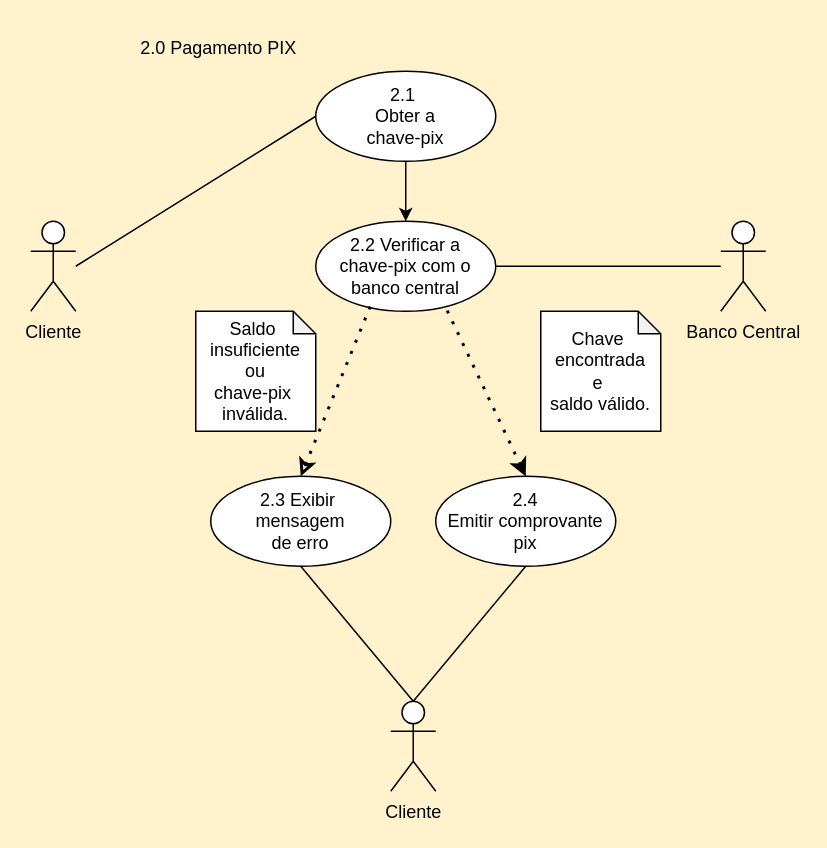
This is page "Página-2" (2 of 2) of Diagrama sem nome.drawio from ZardsMK/DrawIO, a draw.io file, before an edit. Source tidied: cells renumbered, new cells numbered last; positions are measured from the earlier drawing's top-left corner, leaving out a move shared by most shapes. Both pictures are drawn from the tidied source at 150%, with x=0, y=0 at pixel (30, 26).
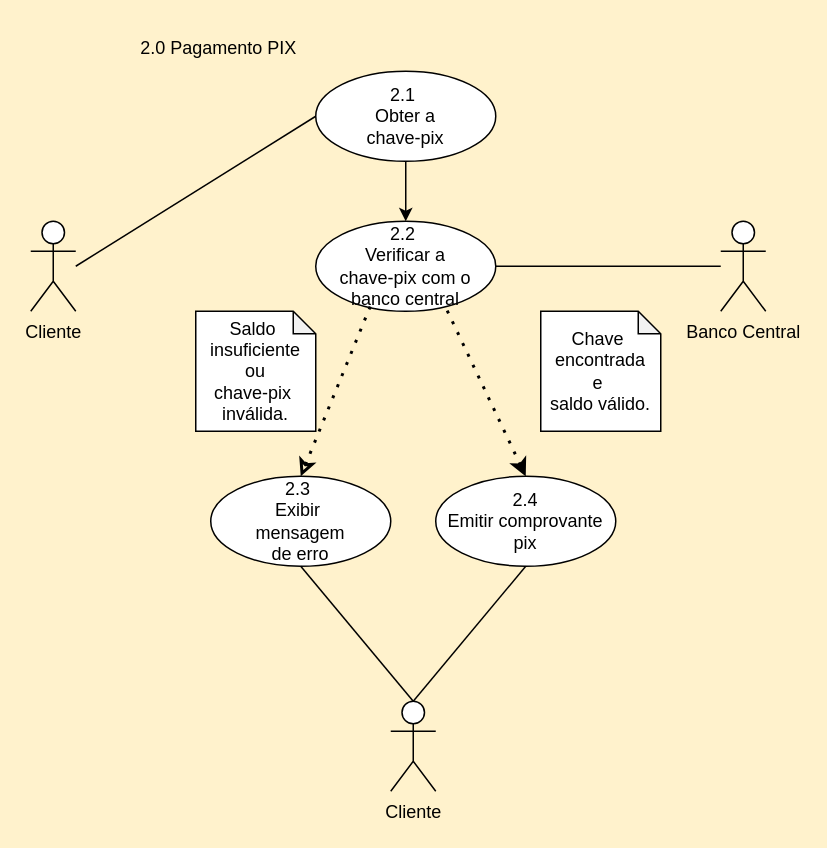
The same diagram, later.

Diff of the diagram source:
```diff
@@
 <mxGraphModel background="#FFF2CC">
   <root>
     <mxCell id="0" />
     <mxCell id="1" parent="0" />
     <mxCell id="2" value="2.0 Pagamento PIX" style="text;html=1;align=center;verticalAlign=middle;strokeColor=none;fillColor=none;" parent="1" vertex="1">
       <mxGeometry x="60" width="130" height="30" as="geometry" />
     </mxCell>
     <mxCell id="3" value="Cliente" style="shape=umlActor;verticalLabelPosition=bottom;verticalAlign=top;html=1;rounded=1;" parent="1" vertex="1">
       <mxGeometry y="130" width="30" height="60" as="geometry" />
     </mxCell>
     <mxCell id="4" value="2.1&amp;nbsp;&lt;div&gt;Obter a&lt;div&gt;chave-pix&lt;/div&gt;&lt;/div&gt;" style="ellipse;whiteSpace=wrap;html=1;rounded=1;" parent="1" vertex="1">
       <mxGeometry x="190" y="30" width="120" height="60" as="geometry" />
     </mxCell>
     <mxCell id="5" style="endArrow=none;html=1;rounded=1;entryX=0;entryY=0.5;entryDx=0;entryDy=0;" parent="1" edge="1" target="4">
       <mxGeometry relative="1" as="geometry">
         <mxPoint x="30" y="160" as="sourcePoint" />
       </mxGeometry>
     </mxCell>
     <mxCell id="6" value="Banco Central" style="shape=umlActor;verticalLabelPosition=bottom;verticalAlign=top;html=1;outlineConnect=0;rounded=1;" parent="1" vertex="1">
       <mxGeometry x="460" y="130" width="30" height="60" as="geometry" />
     </mxCell>
-    <mxCell id="7" value="2.2 Verificar a&lt;div&gt;chave-pix com o&lt;/div&gt;&lt;div&gt;banco central&lt;/div&gt;" style="ellipse;whiteSpace=wrap;html=1;rounded=1;" parent="1" vertex="1">
+    <mxCell id="7" value="2.2&amp;nbsp;&lt;div&gt;Verificar a&lt;div&gt;chave-pix com o&lt;/div&gt;&lt;div&gt;banco central&lt;/div&gt;&lt;/div&gt;" style="ellipse;whiteSpace=wrap;html=1;rounded=1;" parent="1" vertex="1">
       <mxGeometry x="190" y="130" width="120" height="60" as="geometry" />
     </mxCell>
     <mxCell id="8" style="endArrow=none;html=1;rounded=1;exitX=1;exitY=0.5;exitDx=0;exitDy=0;" parent="1" edge="1" source="7" target="6">
       <mxGeometry relative="1" as="geometry" />
     </mxCell>
     <mxCell id="9" style="endArrow=classic;html=1;rounded=1;exitX=0.5;exitY=1;exitDx=0;exitDy=0;entryX=0.5;entryY=0;entryDx=0;entryDy=0;" parent="1" edge="1" source="4" target="7">
       <mxGeometry relative="1" as="geometry" />
     </mxCell>
     <mxCell id="10" value="&lt;font&gt;Saldo&amp;nbsp;&lt;/font&gt;&lt;div&gt;&lt;span style=&quot;background-color: transparent; color: light-dark(rgb(0, 0, 0), rgb(255, 255, 255));&quot;&gt;insuficiente&lt;/span&gt;&lt;div&gt;&lt;font&gt;ou&lt;/font&gt;&lt;/div&gt;&lt;div&gt;&lt;font&gt;chave-pix&amp;nbsp;&lt;/font&gt;&lt;/div&gt;&lt;div&gt;&lt;span style=&quot;background-color: transparent; color: light-dark(rgb(0, 0, 0), rgb(255, 255, 255));&quot;&gt;inválida.&lt;/span&gt;&lt;/div&gt;&lt;/div&gt;" style="shape=note;whiteSpace=wrap;html=1;backgroundOutline=1;darkOpacity=0.05;rounded=1;size=15;" parent="1" vertex="1">
       <mxGeometry x="110" y="190" width="80" height="80" as="geometry" />
     </mxCell>
-    <mxCell id="11" value="2.3 Exibir&amp;nbsp;&lt;div&gt;mensagem&lt;div&gt;de erro&lt;/div&gt;&lt;/div&gt;" style="ellipse;whiteSpace=wrap;html=1;rounded=1;" parent="1" vertex="1">
+    <mxCell id="11" value="2.3&amp;nbsp;&lt;div&gt;Exibir&amp;nbsp;&lt;div&gt;mensagem&lt;div&gt;de erro&lt;/div&gt;&lt;/div&gt;&lt;/div&gt;" style="ellipse;whiteSpace=wrap;html=1;rounded=1;" parent="1" vertex="1">
       <mxGeometry x="120" y="300" width="120" height="60" as="geometry" />
     </mxCell>
     <mxCell id="12" style="endArrow=none;dashed=1;html=1;dashPattern=1 3;strokeWidth=2;rounded=1;exitX=0.5;exitY=0;exitDx=0;exitDy=0;entryX=0.311;entryY=0.906;entryDx=0;entryDy=0;entryPerimeter=0;endFill=1;startArrow=classic;startFill=0;" parent="1" edge="1" source="11" target="7">
       <mxGeometry relative="1" as="geometry" />
     </mxCell>
     <mxCell id="13" value="2.4&lt;div&gt;Emitir comprovante&lt;/div&gt;&lt;div&gt;pix&lt;/div&gt;" style="ellipse;whiteSpace=wrap;html=1;rounded=1;" parent="1" vertex="1">
       <mxGeometry x="270" y="300" width="120" height="60" as="geometry" />
     </mxCell>
     <mxCell id="14" style="endArrow=none;dashed=1;html=1;dashPattern=1 3;strokeWidth=2;rounded=1;entryX=0.728;entryY=0.983;entryDx=0;entryDy=0;entryPerimeter=0;exitX=0.5;exitY=0;exitDx=0;exitDy=0;startArrow=classic;startFill=1;" parent="1" edge="1" source="13" target="7">
       <mxGeometry relative="1" as="geometry" />
     </mxCell>
     <mxCell id="15" value="&lt;font&gt;Chave&amp;nbsp;&lt;/font&gt;&lt;div&gt;&lt;font&gt;encontrada&lt;/font&gt;&lt;div&gt;&lt;font&gt;e&amp;nbsp;&lt;/font&gt;&lt;/div&gt;&lt;div&gt;&lt;font&gt;saldo válido.&lt;/font&gt;&lt;/div&gt;&lt;/div&gt;" style="shape=note;whiteSpace=wrap;html=1;backgroundOutline=1;darkOpacity=0.05;rounded=1;size=15;" parent="1" vertex="1">
       <mxGeometry x="340" y="190" width="80" height="80" as="geometry" />
     </mxCell>
     <mxCell id="16" value="Cliente" style="shape=umlActor;verticalLabelPosition=bottom;verticalAlign=top;html=1;outlineConnect=0;rounded=1;" parent="1" vertex="1">
       <mxGeometry x="240" y="450" width="30" height="60" as="geometry" />
     </mxCell>
     <mxCell id="17" style="endArrow=none;html=1;rounded=0;entryX=0.5;entryY=1;entryDx=0;entryDy=0;exitX=0.5;exitY=0;exitDx=0;exitDy=0;exitPerimeter=0;" parent="1" edge="1" source="16" target="11">
       <mxGeometry relative="1" as="geometry" />
     </mxCell>
     <mxCell id="18" style="endArrow=none;html=1;rounded=0;entryX=0.5;entryY=1;entryDx=0;entryDy=0;exitX=0.5;exitY=0;exitDx=0;exitDy=0;exitPerimeter=0;" parent="1" edge="1" source="16" target="13">
       <mxGeometry relative="1" as="geometry" />
     </mxCell>
   </root>
 </mxGraphModel>
```
